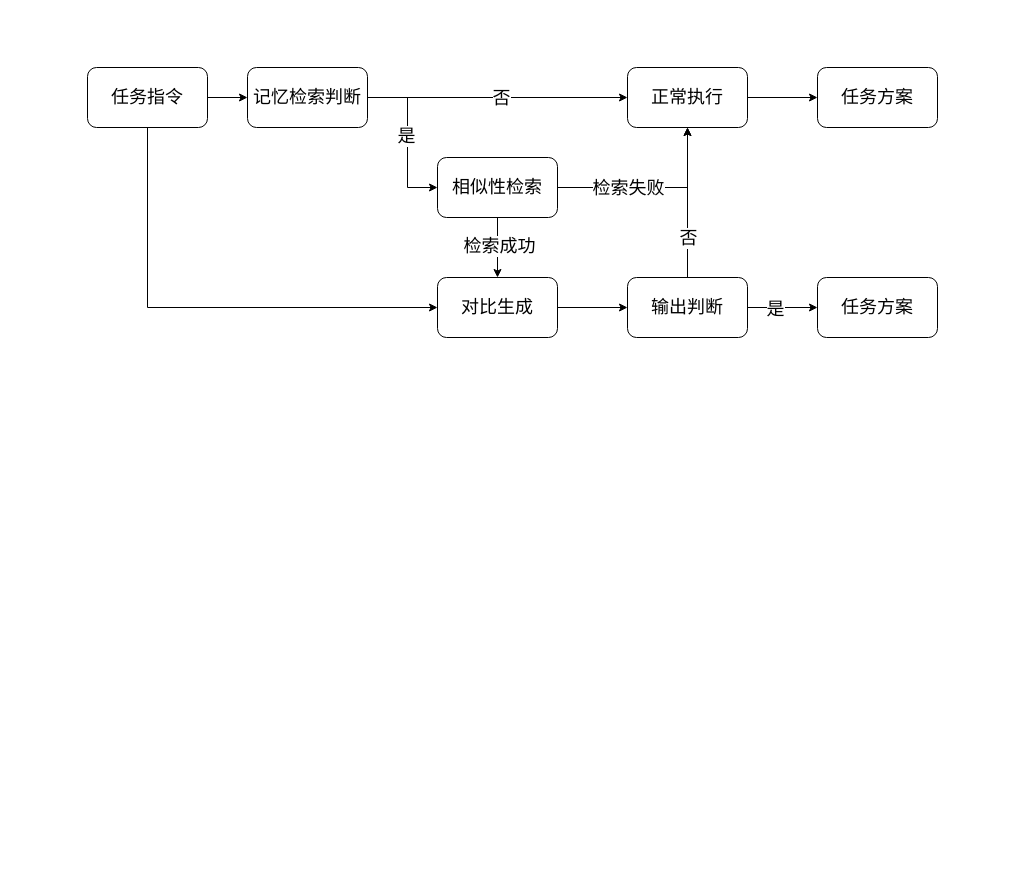
Before: lstm.drawio in abigfreshman/abigfreshman, a draw.io diagram. Source tidied: cells renumbered, new cells numbered last; positions are measured from the earlier drawing's top-left corner, leaving out a move shared by most shapes. Both pictures are drawn from the tidied source at 100%, with x=0, y=0 at pixel (87, 67).
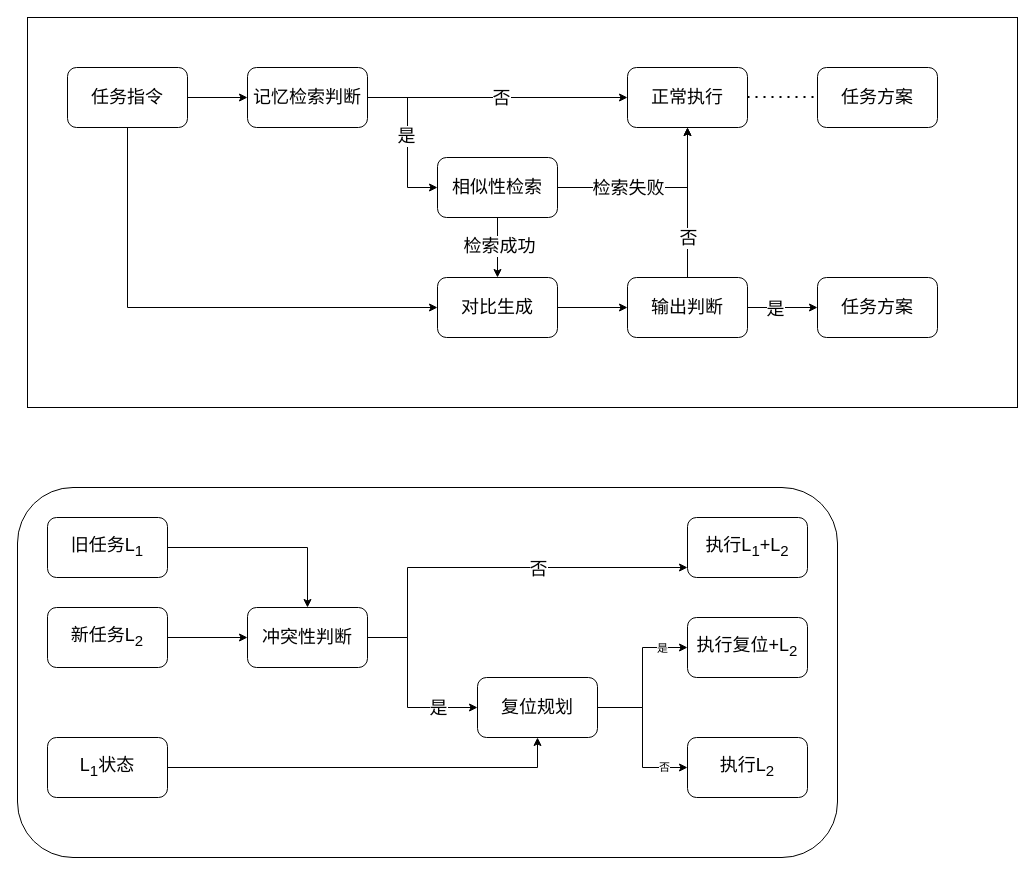
The same diagram, later.

The change refers to these unchanged cells:
```xml
<mxCell id="9" value="&lt;font style=&quot;font-size: 18px;&quot;&gt;记忆检索判断&lt;/font&gt;" style="whiteSpace=wrap;html=1;rounded=1;" parent="1" vertex="1">
  <mxGeometry x="160" width="120" height="60" as="geometry" />
</mxCell>
<mxCell id="11" value="&lt;font style=&quot;font-size: 18px;&quot;&gt;正常执行&lt;/font&gt;" style="whiteSpace=wrap;html=1;rounded=1;" parent="1" vertex="1">
  <mxGeometry x="540" width="120" height="60" as="geometry" />
</mxCell>
<mxCell id="18" value="&lt;font style=&quot;font-size: 18px;&quot;&gt;对比生成&lt;/font&gt;" style="whiteSpace=wrap;html=1;rounded=1;" parent="1" vertex="1">
  <mxGeometry x="350" y="210" width="120" height="60" as="geometry" />
</mxCell>
<mxCell id="25" value="&lt;span style=&quot;font-size: 18px;&quot;&gt;任务方案&lt;/span&gt;" style="whiteSpace=wrap;html=1;rounded=1;" parent="1" vertex="1">
  <mxGeometry x="730" width="120" height="60" as="geometry" />
</mxCell>
```

Change to the diagram source:
```diff
@@
+    <mxCell id="26" style="rounded=1;whiteSpace=wrap;html=1;" parent="1" vertex="1">
+      <mxGeometry x="-70" y="420" width="820" height="370" as="geometry" />
+    </mxCell>
+    <mxCell id="27" style="rounded=0;whiteSpace=wrap;html=1;" parent="1" vertex="1">
+      <mxGeometry x="-60" y="-50" width="990" height="390" as="geometry" />
+    </mxCell>
-    <mxCell id="2" style="edgeStyle=orthogonalEdgeStyle;rounded=0;jettySize=auto;html=1;" parent="1" edge="1" source="4" target="9">
+    <mxCell id="2" style="edgeStyle=orthogonalEdgeStyle;rounded=0;jettySize=auto;html=1;entryX=0;entryY=0.5;entryDx=0;entryDy=0;" parent="1" edge="1" source="4" target="9">
       <mxGeometry relative="1" as="geometry" />
     </mxCell>
     <mxCell id="3" style="edgeStyle=orthogonalEdgeStyle;rounded=0;jettySize=auto;html=1;entryX=0;entryY=0.5;entryDx=0;entryDy=0;" parent="1" edge="1" source="4" target="18">
       <mxGeometry relative="1" as="geometry">
         <Array as="points">
-          <mxPoint x="60" y="240" />
+          <mxPoint x="40" y="240" />
         </Array>
       </mxGeometry>
     </mxCell>
     <mxCell id="4" value="&lt;font style=&quot;font-size: 18px;&quot;&gt;任务指令&lt;/font&gt;" style="rounded=1;whiteSpace=wrap;html=1;" parent="1" vertex="1">
-      <mxGeometry width="120" height="60" as="geometry" />
+      <mxGeometry x="-20" width="120" height="60" as="geometry" />
     </mxCell>
@@
-    <mxCell id="10" style="edgeStyle=orthogonalEdgeStyle;rounded=0;jettySize=auto;html=1;" parent="1" edge="1" source="11" target="25">
-      <mxGeometry relative="1" as="geometry" />
-    </mxCell>
@@
+    <mxCell id="28" style="endArrow=none;dashed=1;html=1;dashPattern=1 3;strokeWidth=2;rounded=0;entryX=0;entryY=0.5;entryDx=0;entryDy=0;" parent="1" edge="1">
+      <mxGeometry relative="1" as="geometry">
+        <mxPoint x="660" y="29.4" as="sourcePoint" />
+        <mxPoint x="730" y="29.4" as="targetPoint" />
+      </mxGeometry>
+    </mxCell>
+    <mxCell id="29" style="edgeStyle=orthogonalEdgeStyle;rounded=0;jettySize=auto;html=1;" parent="1" edge="1" source="30" target="35">
+      <mxGeometry relative="1" as="geometry" />
+    </mxCell>
+    <mxCell id="30" value="&lt;span style=&quot;font-size: 18px;&quot;&gt;新任务L&lt;sub&gt;2&lt;/sub&gt;&lt;/span&gt;" style="rounded=1;whiteSpace=wrap;html=1;" parent="1" vertex="1">
+      <mxGeometry x="-40" y="540" width="120" height="60" as="geometry" />
+    </mxCell>
+    <mxCell id="31" style="edgeStyle=orthogonalEdgeStyle;rounded=0;jettySize=auto;html=1;" parent="1" edge="1" source="35" target="38">
+      <mxGeometry relative="1" as="geometry">
+        <Array as="points">
+          <mxPoint x="320" y="570" />
+          <mxPoint x="320" y="500" />
+        </Array>
+      </mxGeometry>
+    </mxCell>
+    <mxCell id="32" value="&lt;font style=&quot;font-size: 18px;&quot;&gt;否&lt;/font&gt;" style="edgeLabel;html=1;align=center;verticalAlign=middle;" parent="31" vertex="1">
+      <mxGeometry x="0.63" y="-1" relative="1" as="geometry">
+        <mxPoint x="-78" as="offset" />
+      </mxGeometry>
+    </mxCell>
+    <mxCell id="33" style="edgeStyle=orthogonalEdgeStyle;rounded=0;jettySize=auto;html=1;" parent="1" edge="1" source="35" target="43">
+      <mxGeometry relative="1" as="geometry">
+        <Array as="points">
+          <mxPoint x="320" y="570" />
+          <mxPoint x="320" y="640" />
+        </Array>
+      </mxGeometry>
+    </mxCell>
+    <mxCell id="34" value="&lt;font style=&quot;font-size: 18px;&quot;&gt;是&lt;/font&gt;" style="edgeLabel;html=1;align=center;verticalAlign=middle;" parent="33" vertex="1">
+      <mxGeometry x="0.68" y="2" relative="1" as="geometry">
+        <mxPoint x="-11" y="2" as="offset" />
+      </mxGeometry>
+    </mxCell>
+    <mxCell id="35" value="&lt;font style=&quot;font-size: 18px;&quot;&gt;冲突性判断&lt;/font&gt;" style="whiteSpace=wrap;html=1;rounded=1;" parent="1" vertex="1">
+      <mxGeometry x="160" y="540" width="120" height="60" as="geometry" />
+    </mxCell>
+    <mxCell id="36" style="edgeStyle=orthogonalEdgeStyle;rounded=0;jettySize=auto;html=1;entryX=0.5;entryY=0;entryDx=0;entryDy=0;" parent="1" edge="1" source="37" target="35">
+      <mxGeometry relative="1" as="geometry" />
+    </mxCell>
+    <mxCell id="37" value="&lt;font style=&quot;font-size: 18px;&quot;&gt;旧任务L&lt;sub&gt;1&lt;/sub&gt;&lt;/font&gt;" style="whiteSpace=wrap;html=1;rounded=1;" parent="1" vertex="1">
+      <mxGeometry x="-40" y="450" width="120" height="60" as="geometry" />
+    </mxCell>
+    <mxCell id="38" value="&lt;font style=&quot;font-size: 18px;&quot;&gt;执行L&lt;sub&gt;1&lt;/sub&gt;+L&lt;sub&gt;2&lt;/sub&gt;&lt;/font&gt;" style="whiteSpace=wrap;html=1;rounded=1;" parent="1" vertex="1">
+      <mxGeometry x="600" y="450" width="120" height="60" as="geometry" />
+    </mxCell>
+    <mxCell id="39" style="edgeStyle=orthogonalEdgeStyle;rounded=0;jettySize=auto;html=1;entryX=0;entryY=0.5;entryDx=0;entryDy=0;" parent="1" edge="1" source="43" target="46">
+      <mxGeometry relative="1" as="geometry" />
+    </mxCell>
+    <mxCell id="40" value="是" style="edgeLabel;html=1;align=center;verticalAlign=middle;" parent="39" vertex="1">
+      <mxGeometry x="0.65" relative="1" as="geometry" />
+    </mxCell>
+    <mxCell id="41" style="edgeStyle=orthogonalEdgeStyle;rounded=0;jettySize=auto;html=1;entryX=0;entryY=0.5;entryDx=0;entryDy=0;" parent="1" edge="1" source="43" target="47">
+      <mxGeometry relative="1" as="geometry" />
+    </mxCell>
+    <mxCell id="42" value="否" style="edgeLabel;html=1;align=center;verticalAlign=middle;" parent="41" vertex="1">
+      <mxGeometry x="0.68" y="1" relative="1" as="geometry" />
+    </mxCell>
+    <mxCell id="43" value="&lt;font style=&quot;font-size: 18px;&quot;&gt;复位规划&lt;/font&gt;" style="whiteSpace=wrap;html=1;rounded=1;" parent="1" vertex="1">
+      <mxGeometry x="390" y="610" width="120" height="60" as="geometry" />
+    </mxCell>
+    <mxCell id="44" style="edgeStyle=orthogonalEdgeStyle;rounded=0;jettySize=auto;html=1;entryX=0.5;entryY=1;entryDx=0;entryDy=0;" parent="1" edge="1" source="45" target="43">
+      <mxGeometry relative="1" as="geometry" />
+    </mxCell>
+    <mxCell id="45" value="&lt;span style=&quot;font-size: 18px;&quot;&gt;L&lt;sub&gt;1&lt;/sub&gt;状态&lt;/span&gt;" style="rounded=1;whiteSpace=wrap;html=1;" parent="1" vertex="1">
+      <mxGeometry x="-40" y="670" width="120" height="60" as="geometry" />
+    </mxCell>
+    <mxCell id="46" value="&lt;font style=&quot;font-size: 18px;&quot;&gt;执行复位+L&lt;sub&gt;2&lt;/sub&gt;&lt;/font&gt;" style="whiteSpace=wrap;html=1;rounded=1;" parent="1" vertex="1">
+      <mxGeometry x="600" y="550" width="120" height="60" as="geometry" />
+    </mxCell>
+    <mxCell id="47" value="&lt;font style=&quot;font-size: 18px;&quot;&gt;执行L&lt;sub&gt;2&lt;/sub&gt;&lt;/font&gt;" style="whiteSpace=wrap;html=1;rounded=1;" parent="1" vertex="1">
+      <mxGeometry x="600" y="670" width="120" height="60" as="geometry" />
+    </mxCell>
```
